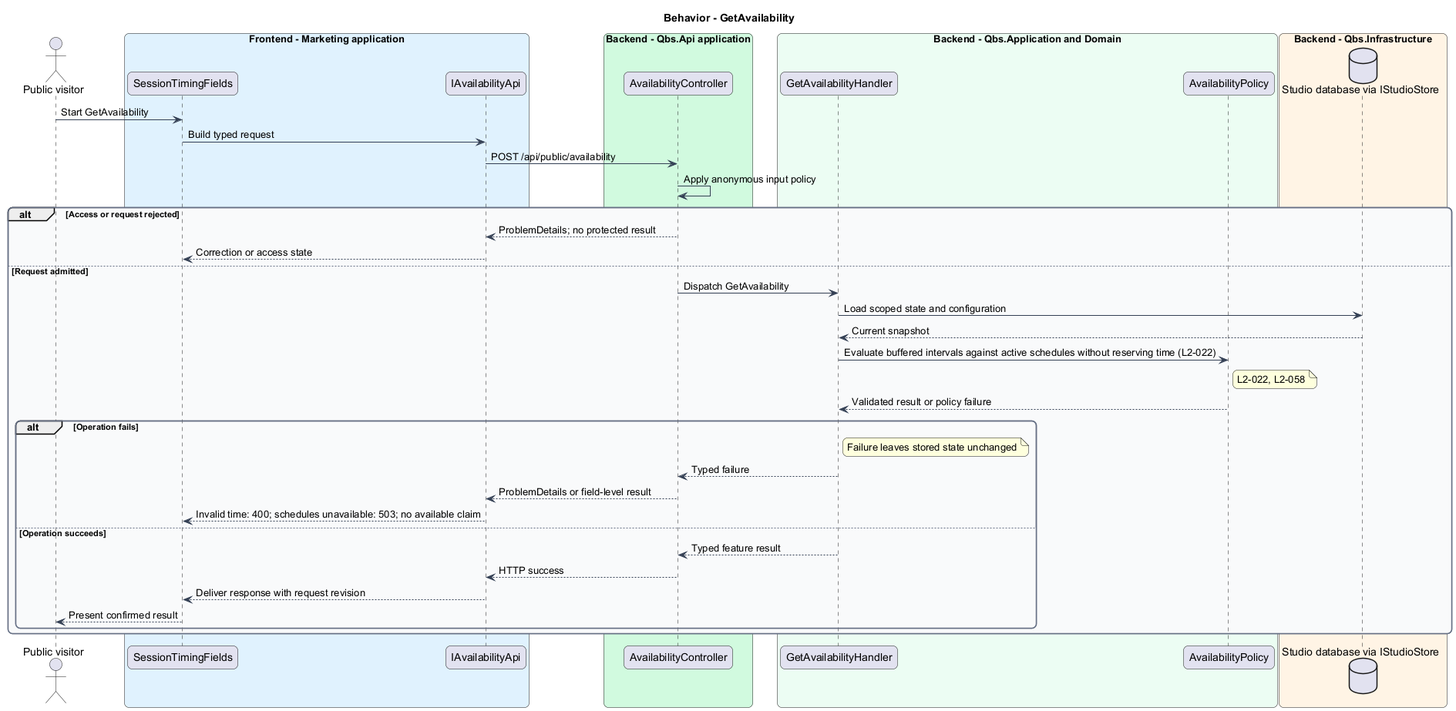
The PlantUML diagram docs/detailed-designs/scheduling/check-session-availability/diagrams/sequence-get-availability.png in QuinntyneBrown/quinntyne-brown-studio, before a commit. Source of this version:
```plantuml
@startuml
skinparam backgroundColor #FFFFFF
skinparam shadowing false
skinparam roundcorner 12
skinparam defaultFontName Arial
skinparam ArrowColor #344054
skinparam rectangle {
  BorderColor #344054
  FontColor #101828
}
skinparam package {
  BorderColor #667085
  FontColor #101828
  BackgroundColor #F9FAFB
}
title Behavior - GetAvailability
actor "Public visitor" as actor
box "Frontend - Marketing application" #E0F2FE
 participant "SessionTimingFields" as page
 participant "IAvailabilityApi" as client
end box
box "Backend - Qbs.Api application" #D1FADF
 participant "AvailabilityController" as controller
end box
box "Backend - Qbs.Application and Domain" #ECFDF3
 participant "GetAvailabilityHandler" as handler
 participant "AvailabilityPolicy" as entity
end box
box "Backend - Qbs.Infrastructure" #FFF4E5
 database "Studio database via IStudioStore" as db
end box
actor -> page : Start GetAvailability
page -> client : Build typed request
client -> controller : POST /api/public/availability
controller -> controller : Apply anonymous input policy
alt Access or request rejected
controller --> client : ProblemDetails; no protected result
client --> page : Correction or access state
else Request admitted
controller -> handler : Dispatch GetAvailability
handler -> db : Load scoped state and configuration
db --> handler : Current snapshot
handler -> entity : Evaluate buffered intervals against active schedules without reserving time (L2-022)
note right of entity
L2-022, L2-058
end note
entity --> handler : Validated result or policy failure
alt Operation fails
note right of handler : Failure leaves stored state unchanged
handler --> controller : Typed failure
controller --> client : ProblemDetails or field-level result
client --> page : Invalid time: 400; schedules unavailable: 503; no available claim
else Operation succeeds
handler --> controller : Typed feature result
controller --> client : HTTP success
client --> page : Deliver response with request revision
page --> actor : Present confirmed result
end
end
@enduml
```
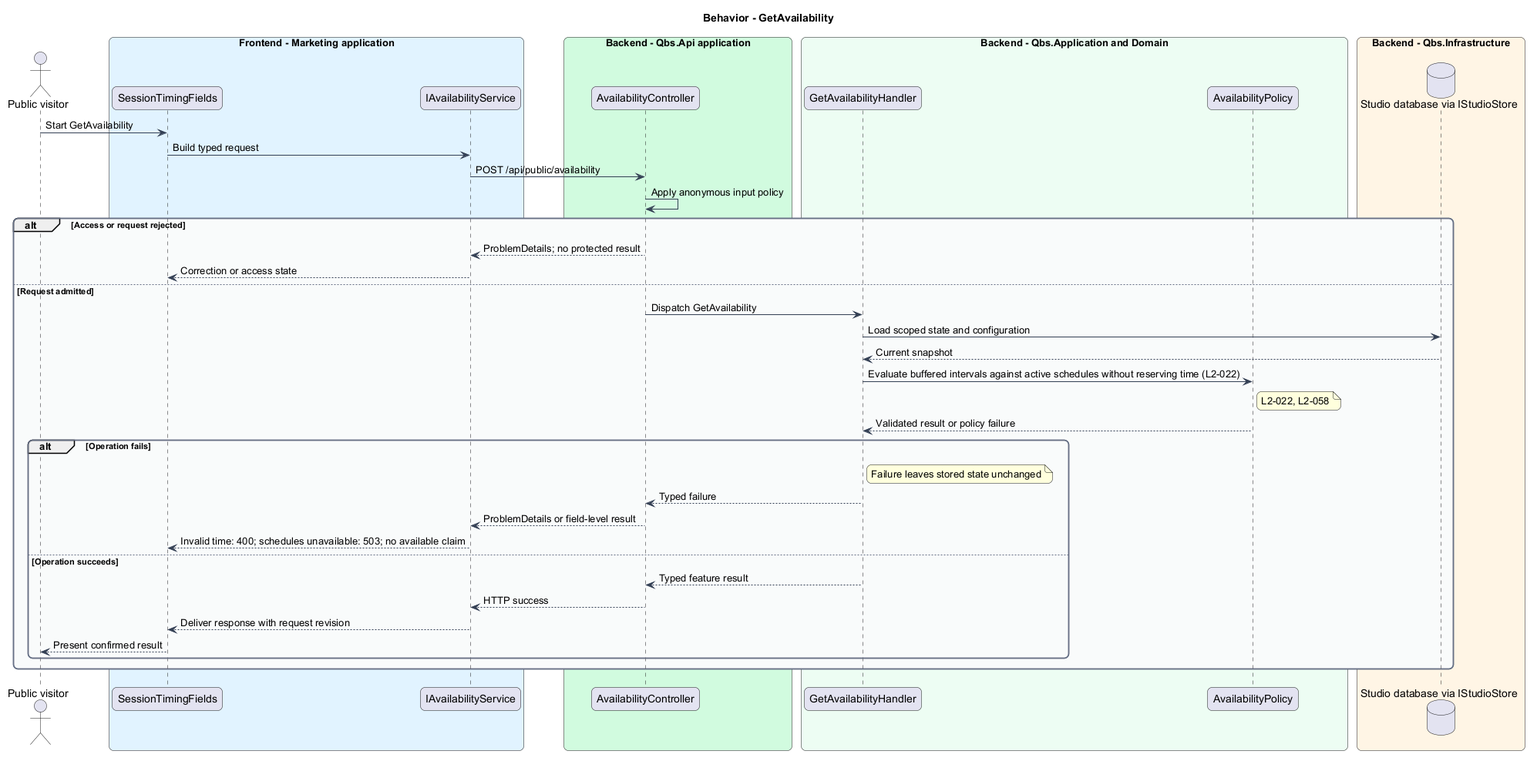
After the change.

Diff of the diagram source:
```diff
@@ -17,7 +17,7 @@
 actor "Public visitor" as actor
 box "Frontend - Marketing application" #E0F2FE
  participant "SessionTimingFields" as page
- participant "IAvailabilityApi" as client
+ participant "IAvailabilityService" as client
 end box
 box "Backend - Qbs.Api application" #D1FADF
  participant "AvailabilityController" as controller
```
